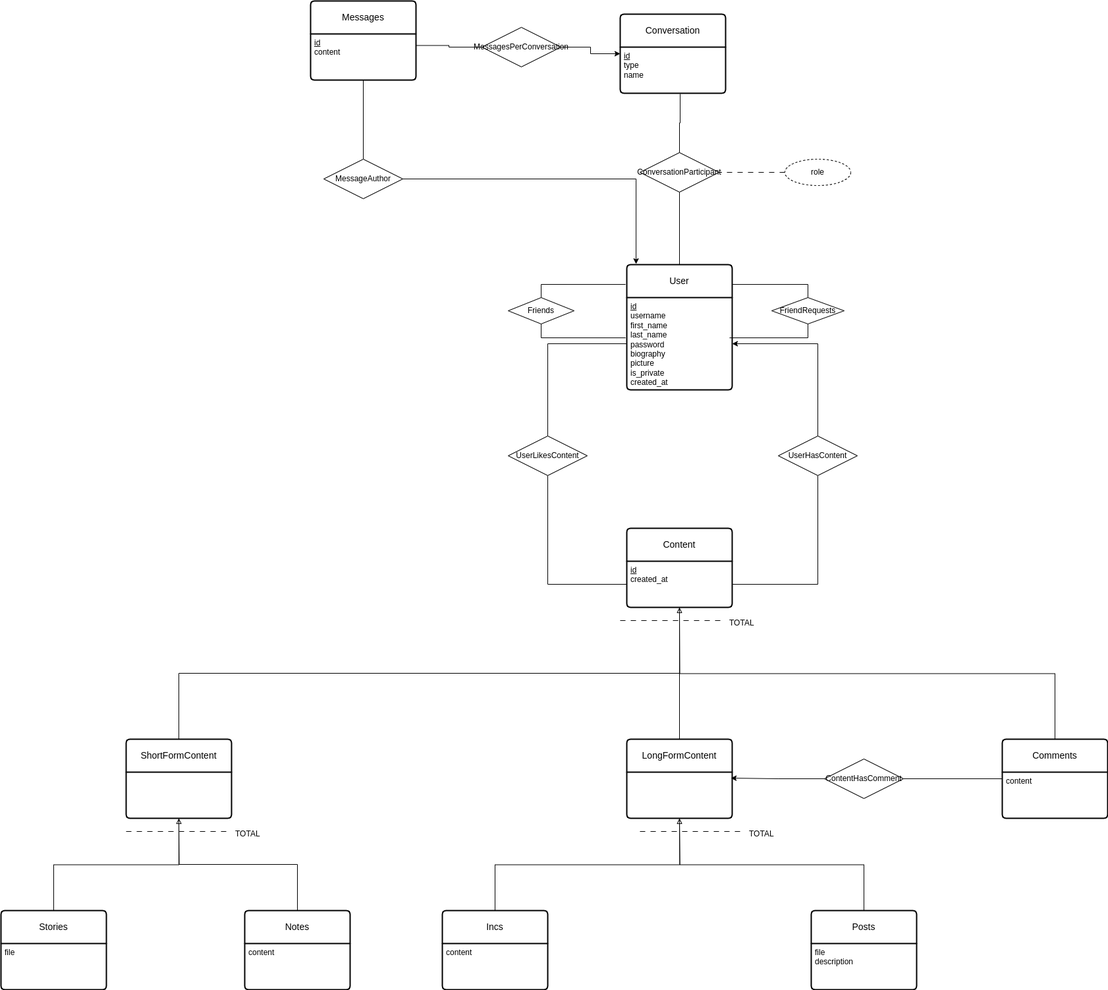
edagener0/Inclusion keeps this draw.io diagram as docs/database/ER/ModeloEntidadeRelacao.png. Above is the earlier version. Source tidied: cells renumbered, new cells last; positions are measured from the earlier drawing's top-left corner, leaving out a move shared by most shapes.
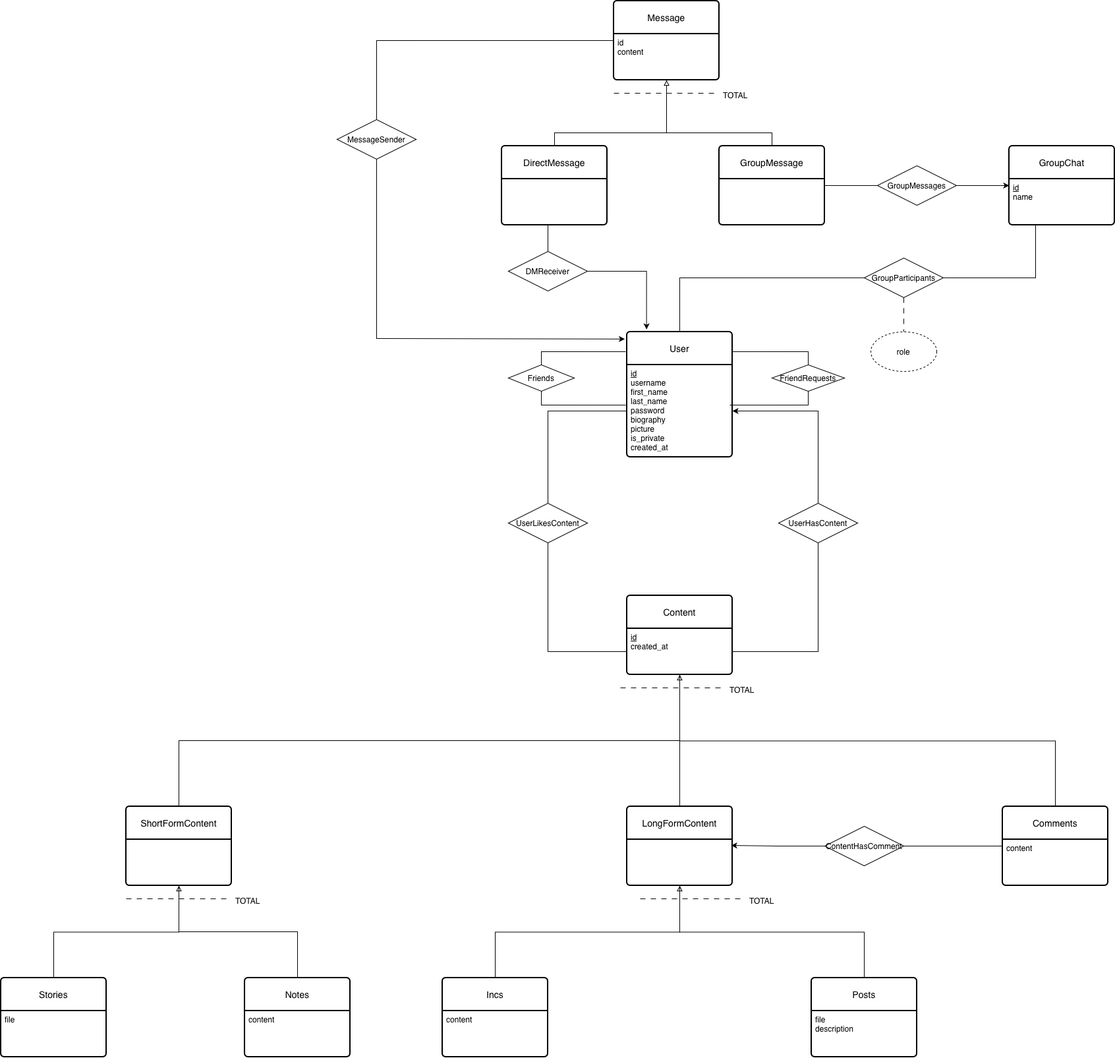
Later version of the same file.

Diff of the diagram source:
```diff
@@ -2,9 +2,6 @@
   <root>
     <mxCell id="0" />
     <mxCell id="1" parent="0" />
-    <mxCell id="2" style="edgeStyle=orthogonalEdgeStyle;rounded=0;jettySize=auto;html=1;exitX=0.5;exitY=0;exitDx=0;exitDy=0;entryX=0.5;entryY=1;entryDx=0;entryDy=0;endArrow=none;startFill=0;" parent="1" edge="1" source="3" target="54">
-      <mxGeometry relative="1" as="geometry" />
-    </mxCell>
     <mxCell id="3" value="User" style="swimlane;horizontal=1;startSize=50;rounded=1;fontSize=14;fontStyle=0;strokeWidth=2;shadow=0;dashed=0;align=center;arcSize=4;whiteSpace=wrap;html=1;" parent="1" vertex="1">
       <mxGeometry x="950" y="400" width="160" height="190" as="geometry" />
     </mxCell>
@@ -183,47 +180,102 @@
         <mxPoint x="1115" y="195" as="targetPoint" />
       </mxGeometry>
     </mxCell>
-    <mxCell id="52" value="Conversation" style="swimlane;horizontal=1;startSize=50;rounded=1;fontSize=14;fontStyle=0;strokeWidth=2;shadow=0;dashed=0;align=center;arcSize=4;whiteSpace=wrap;html=1;" parent="1" vertex="1">
-      <mxGeometry x="940" y="20" width="160" height="120" as="geometry" />
-    </mxCell>
-    <mxCell id="53" value="&lt;div&gt;&lt;u&gt;id&lt;/u&gt;&lt;/div&gt;type&lt;div&gt;name&lt;/div&gt;" style="align=left;strokeColor=none;fillColor=none;spacingLeft=4;spacingRight=4;fontSize=12;verticalAlign=top;html=1;whiteSpace=wrap;" parent="52" vertex="1">
-      <mxGeometry y="50" width="160" height="70" as="geometry" />
-    </mxCell>
-    <mxCell id="54" value="ConversationParticipant" style="shape=rhombus;perimeter=rhombusPerimeter;whiteSpace=wrap;html=1;align=center;" parent="1" vertex="1">
-      <mxGeometry x="970" y="230" width="120" height="60" as="geometry" />
-    </mxCell>
-    <mxCell id="55" style="edgeStyle=orthogonalEdgeStyle;rounded=0;jettySize=auto;html=1;exitX=0.5;exitY=0;exitDx=0;exitDy=0;entryX=0.569;entryY=1.014;entryDx=0;entryDy=0;entryPerimeter=0;endArrow=none;startFill=0;" parent="1" edge="1" source="54" target="53">
-      <mxGeometry relative="1" as="geometry" />
-    </mxCell>
-    <mxCell id="56" style="edgeStyle=orthogonalEdgeStyle;rounded=0;jettySize=auto;html=1;exitX=0;exitY=0.5;exitDx=0;exitDy=0;entryX=1;entryY=0.5;entryDx=0;entryDy=0;endArrow=none;startFill=0;dashed=1;dashPattern=8 8;" parent="1" edge="1" source="57" target="54">
-      <mxGeometry relative="1" as="geometry" />
-    </mxCell>
+    <mxCell id="66" style="edgeStyle=orthogonalEdgeStyle;rounded=0;jettySize=auto;html=1;exitX=0.5;exitY=0;exitDx=0;exitDy=0;entryX=0;entryY=0.5;entryDx=0;entryDy=0;endArrow=none;startFill=0;" parent="1" edge="1" source="3" target="81">
+      <mxGeometry relative="1" as="geometry" />
+    </mxCell>
+    <mxCell id="67" style="edgeStyle=orthogonalEdgeStyle;rounded=0;jettySize=auto;html=1;entryX=1;entryY=0.5;entryDx=0;entryDy=0;endArrow=none;startFill=1;endFill=1;startArrow=classic;exitX=0.185;exitY=-0.02;exitDx=0;exitDy=0;exitPerimeter=0;" parent="1" edge="1" source="3" target="84">
+      <mxGeometry relative="1" as="geometry">
+        <Array as="points">
+          <mxPoint x="980" y="308" />
+        </Array>
+      </mxGeometry>
+    </mxCell>
+    <mxCell id="68" style="edgeStyle=orthogonalEdgeStyle;rounded=0;orthogonalLoop=1;jettySize=auto;html=1;exitX=0.5;exitY=0;exitDx=0;exitDy=0;entryX=0;entryY=0.25;entryDx=0;entryDy=0;endArrow=none;startFill=0;" parent="1" edge="1">
+      <mxGeometry relative="1" as="geometry">
+        <mxPoint x="945" y="195" as="targetPoint" />
+      </mxGeometry>
+    </mxCell>
+    <mxCell id="69" style="edgeStyle=orthogonalEdgeStyle;rounded=0;orthogonalLoop=1;jettySize=auto;html=1;exitX=0.5;exitY=0;exitDx=0;exitDy=0;entryX=1;entryY=0.25;entryDx=0;entryDy=0;endArrow=none;startFill=0;" parent="1" edge="1">
+      <mxGeometry relative="1" as="geometry">
+        <mxPoint x="1115" y="195" as="targetPoint" />
+      </mxGeometry>
+    </mxCell>
+    <mxCell id="70" value="Message" style="swimlane;horizontal=1;startSize=50;rounded=1;fontSize=14;fontStyle=0;strokeWidth=2;shadow=0;dashed=0;align=center;arcSize=4;whiteSpace=wrap;html=1;" parent="1" vertex="1">
+      <mxGeometry x="930" y="-102" width="160" height="120" as="geometry" />
+    </mxCell>
+    <mxCell id="59" value="id&lt;div&gt;content&lt;/div&gt;&lt;div&gt;&lt;br&gt;&lt;/div&gt;" style="align=left;strokeColor=none;fillColor=none;spacingLeft=4;spacingRight=4;fontSize=12;verticalAlign=top;html=1;whiteSpace=wrap;" parent="70" vertex="1">
+      <mxGeometry y="50" width="160" height="70" as="geometry" />
+    </mxCell>
+    <mxCell id="71" value="DirectMessage" style="swimlane;horizontal=1;startSize=50;rounded=1;fontSize=14;fontStyle=0;strokeWidth=2;shadow=0;dashed=0;align=center;arcSize=4;whiteSpace=wrap;html=1;" parent="1" vertex="1">
+      <mxGeometry x="760" y="118" width="160" height="120" as="geometry" />
+    </mxCell>
+    <mxCell id="72" style="edgeStyle=orthogonalEdgeStyle;rounded=0;jettySize=auto;html=1;exitX=0.5;exitY=0;exitDx=0;exitDy=0;entryX=0.5;entryY=0;entryDx=0;entryDy=0;endArrow=none;startFill=0;" parent="1" edge="1" source="73" target="71">
+      <mxGeometry relative="1" as="geometry" />
+    </mxCell>
+    <mxCell id="73" value="GroupMessage" style="swimlane;horizontal=1;startSize=50;rounded=1;fontSize=14;fontStyle=0;strokeWidth=2;shadow=0;dashed=0;align=center;arcSize=4;whiteSpace=wrap;html=1;" parent="1" vertex="1">
+      <mxGeometry x="1090" y="118" width="160" height="120" as="geometry" />
+    </mxCell>
+    <mxCell id="74" value="GroupChat" style="swimlane;horizontal=1;startSize=50;rounded=1;fontSize=14;fontStyle=0;strokeWidth=2;shadow=0;dashed=0;align=center;arcSize=4;whiteSpace=wrap;html=1;" parent="1" vertex="1">
+      <mxGeometry x="1530" y="118" width="160" height="120" as="geometry" />
+    </mxCell>
+    <mxCell id="75" value="&lt;u&gt;id&lt;/u&gt;&lt;div&gt;name&lt;/div&gt;" style="align=left;strokeColor=none;fillColor=none;spacingLeft=4;spacingRight=4;fontSize=12;verticalAlign=top;html=1;whiteSpace=wrap;" parent="74" vertex="1">
+      <mxGeometry y="50" width="160" height="70" as="geometry" />
+    </mxCell>
+    <mxCell id="76" style="endArrow=none;html=1;rounded=0;exitX=0.5;exitY=1;exitDx=0;exitDy=0;endFill=0;startFill=0;startArrow=block;" parent="1" edge="1" source="59">
+      <mxGeometry relative="1" as="geometry">
+        <mxPoint x="1010" y="98" as="targetPoint" />
+      </mxGeometry>
+    </mxCell>
+    <mxCell id="77" style="edgeStyle=orthogonalEdgeStyle;rounded=0;jettySize=auto;html=1;exitX=0;exitY=0.5;exitDx=0;exitDy=0;entryX=1;entryY=0.5;entryDx=0;entryDy=0;endArrow=none;startFill=0;" parent="1" edge="1" source="79" target="73">
+      <mxGeometry relative="1" as="geometry" />
+    </mxCell>
+    <mxCell id="78" style="edgeStyle=orthogonalEdgeStyle;rounded=0;jettySize=auto;html=1;exitX=1;exitY=0.5;exitDx=0;exitDy=0;entryX=0;entryY=0.5;entryDx=0;entryDy=0;" parent="1" edge="1" source="79" target="74">
+      <mxGeometry relative="1" as="geometry" />
+    </mxCell>
+    <mxCell id="79" value="GroupMessages" style="shape=rhombus;perimeter=rhombusPerimeter;whiteSpace=wrap;html=1;align=center;" parent="1" vertex="1">
+      <mxGeometry x="1330" y="148" width="120" height="60" as="geometry" />
+    </mxCell>
+    <mxCell id="80" style="edgeStyle=orthogonalEdgeStyle;rounded=0;jettySize=auto;html=1;exitX=1;exitY=0.5;exitDx=0;exitDy=0;entryX=0.25;entryY=1;entryDx=0;entryDy=0;endArrow=none;startFill=0;" parent="1" edge="1" source="81" target="75">
+      <mxGeometry relative="1" as="geometry" />
+    </mxCell>
+    <mxCell id="81" value="GroupParticipants" style="shape=rhombus;perimeter=rhombusPerimeter;whiteSpace=wrap;html=1;align=center;" parent="1" vertex="1">
+      <mxGeometry x="1310" y="288" width="120" height="60" as="geometry" />
+    </mxCell>
+    <mxCell id="82" style="edgeStyle=orthogonalEdgeStyle;rounded=0;jettySize=auto;html=1;exitX=0.5;exitY=0;exitDx=0;exitDy=0;entryX=0;entryY=0.5;entryDx=0;entryDy=0;endArrow=none;startFill=0;" parent="1" edge="1" source="83" target="70">
+      <mxGeometry relative="1" as="geometry" />
+    </mxCell>
+    <mxCell id="83" value="MessageSender" style="shape=rhombus;perimeter=rhombusPerimeter;whiteSpace=wrap;html=1;align=center;" parent="1" vertex="1">
+      <mxGeometry x="510" y="78" width="120" height="60" as="geometry" />
+    </mxCell>
+    <mxCell id="84" value="DMReceiver" style="shape=rhombus;perimeter=rhombusPerimeter;whiteSpace=wrap;html=1;align=center;" parent="1" vertex="1">
+      <mxGeometry x="770" y="278" width="120" height="60" as="geometry" />
+    </mxCell>
+    <mxCell id="85" style="edgeStyle=orthogonalEdgeStyle;rounded=0;jettySize=auto;html=1;exitX=0.5;exitY=0;exitDx=0;exitDy=0;endArrow=none;startFill=0;" parent="1" edge="1" source="84">
+      <mxGeometry relative="1" as="geometry">
+        <mxPoint x="830" y="238" as="targetPoint" />
+      </mxGeometry>
+    </mxCell>
+    <mxCell id="86" value="TOTAL" style="text;strokeColor=none;fillColor=none;spacingLeft=4;spacingRight=4;overflow=hidden;fontSize=12;whiteSpace=wrap;html=1;" parent="1" vertex="1">
+      <mxGeometry x="1090" y="28" width="60" height="30" as="geometry" />
+    </mxCell>
+    <mxCell id="87" style="endArrow=none;html=1;rounded=0;dashed=1;dashPattern=8 8;" parent="1" edge="1">
+      <mxGeometry relative="1" as="geometry">
+        <mxPoint x="930" y="38" as="sourcePoint" />
+        <mxPoint x="1090" y="38" as="targetPoint" />
+      </mxGeometry>
+    </mxCell>
+    <mxCell id="88" style="endArrow=classic;html=1;rounded=0;exitX=0.5;exitY=1;exitDx=0;exitDy=0;entryX=-0.021;entryY=0.057;entryDx=0;entryDy=0;entryPerimeter=0;" parent="1" edge="1" source="83" target="3">
+      <mxGeometry relative="1" as="geometry">
+        <Array as="points">
+          <mxPoint x="570" y="410" />
+        </Array>
+      </mxGeometry>
+    </mxCell>
+    <mxCell id="89" style="endArrow=none;html=1;rounded=0;exitX=0.5;exitY=1;exitDx=0;exitDy=0;dashed=1;dashPattern=8 8;entryX=0.5;entryY=0;entryDx=0;entryDy=0;" parent="1" edge="1" source="81" target="57">
+      <mxGeometry relative="1" as="geometry" />
+    </mxCell>
     <mxCell id="57" value="role" style="ellipse;whiteSpace=wrap;html=1;align=center;dashed=1;" parent="1" vertex="1">
-      <mxGeometry x="1190" y="240" width="100" height="40" as="geometry" />
+      <mxGeometry x="1320" y="400" width="100" height="60" as="geometry" />
     </mxCell>
-    <mxCell id="58" value="Messages" style="swimlane;horizontal=1;startSize=50;rounded=1;fontSize=14;fontStyle=0;strokeWidth=2;shadow=0;dashed=0;align=center;arcSize=4;whiteSpace=wrap;html=1;" parent="1" vertex="1">
-      <mxGeometry x="470" width="160" height="120" as="geometry" />
-    </mxCell>
-    <mxCell id="59" value="&lt;u&gt;id&lt;/u&gt;&lt;div&gt;content&lt;/div&gt;" style="align=left;strokeColor=none;fillColor=none;spacingLeft=4;spacingRight=4;fontSize=12;verticalAlign=top;html=1;whiteSpace=wrap;" parent="58" vertex="1">
-      <mxGeometry y="50" width="160" height="70" as="geometry" />
-    </mxCell>
-    <mxCell id="60" style="edgeStyle=orthogonalEdgeStyle;rounded=0;jettySize=auto;html=1;exitX=0;exitY=0.5;exitDx=0;exitDy=0;entryX=1;entryY=0.25;entryDx=0;entryDy=0;endArrow=none;startFill=0;" parent="1" edge="1" source="62" target="59">
-      <mxGeometry relative="1" as="geometry" />
-    </mxCell>
-    <mxCell id="61" style="edgeStyle=orthogonalEdgeStyle;rounded=0;jettySize=auto;html=1;exitX=1;exitY=0.5;exitDx=0;exitDy=0;" parent="1" edge="1" source="62" target="52">
-      <mxGeometry relative="1" as="geometry" />
-    </mxCell>
-    <mxCell id="62" value="MessagesPerConversation" style="shape=rhombus;perimeter=rhombusPerimeter;whiteSpace=wrap;html=1;align=center;" parent="1" vertex="1">
-      <mxGeometry x="730" y="40" width="120" height="60" as="geometry" />
-    </mxCell>
-    <mxCell id="63" style="edgeStyle=orthogonalEdgeStyle;rounded=0;jettySize=auto;html=1;exitX=0.5;exitY=0;exitDx=0;exitDy=0;entryX=0.5;entryY=1;entryDx=0;entryDy=0;endArrow=none;startFill=0;" parent="1" edge="1" source="64" target="59">
-      <mxGeometry relative="1" as="geometry" />
-    </mxCell>
-    <mxCell id="64" value="MessageAuthor" style="shape=rhombus;perimeter=rhombusPerimeter;whiteSpace=wrap;html=1;align=center;" parent="1" vertex="1">
-      <mxGeometry x="490" y="240" width="120" height="60" as="geometry" />
-    </mxCell>
-    <mxCell id="65" style="edgeStyle=orthogonalEdgeStyle;rounded=0;jettySize=auto;html=1;exitX=1;exitY=0.5;exitDx=0;exitDy=0;entryX=0.088;entryY=-0.005;entryDx=0;entryDy=0;entryPerimeter=0;" parent="1" edge="1" source="64" target="3">
-      <mxGeometry relative="1" as="geometry" />
-    </mxCell>
   </root>
 </mxGraphModel>
```
